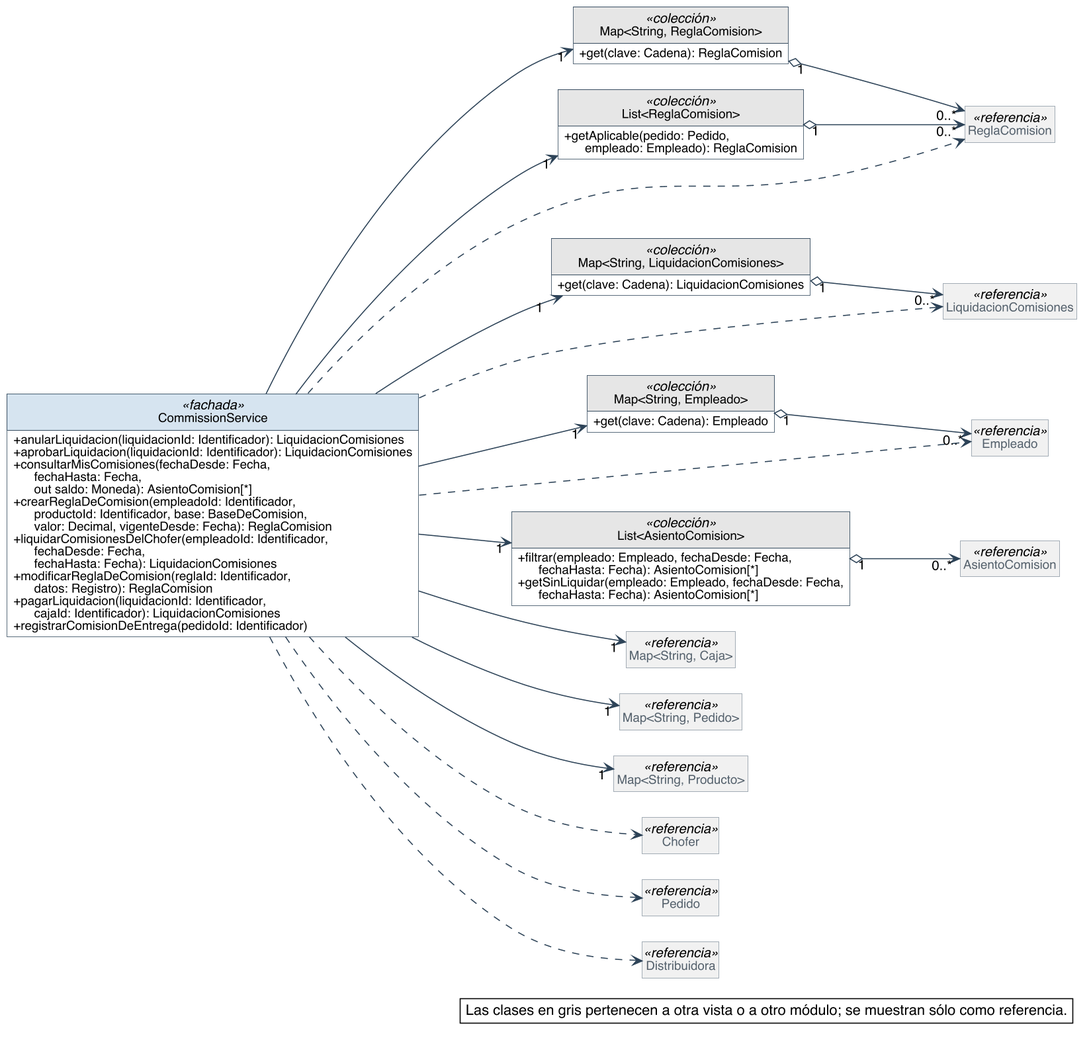
Earlier version of the PlantUML export diagramas/clases-diseno/DC_Mod_Comisiones.png (Nahuelito-Dev/splg-docs). Its diagram source:
```plantuml
@startuml
skinparam backgroundColor #FFFFFF
skinparam shadowing false
skinparam defaultFontName Helvetica
skinparam defaultFontSize 13
skinparam dpi 150
skinparam nodesep 40
skinparam ranksep 55
skinparam classAttributeIconSize 0
skinparam roundCorner 0
skinparam genericDisplay old
skinparam class {
  BorderColor #2C4257
  BackgroundColor #FFFFFF
  ArrowColor #2C4257
  FontSize 14
  AttributeFontSize 12
  HeaderBackgroundColor #E8EEF3
}
skinparam class<<referencia>> {
  BackgroundColor #F1F1F1
  BorderColor #8A97A3
  FontColor #55616C
}
skinparam class<<fachada>> {
  HeaderBackgroundColor #D6E4F0
}
skinparam class<<controlador>> {
  HeaderBackgroundColor #D6E4F0
}
skinparam class<<fabricación pura>> {
  HeaderBackgroundColor #F3E9CF
}
skinparam class<<colección>> {
  HeaderBackgroundColor #E6E6E6
}
skinparam class<<adaptador>> {
  HeaderBackgroundColor #DCEBDD
}
skinparam interface {
  BorderColor #2C4257
  BackgroundColor #FFFFFF
  HeaderBackgroundColor #DCEBDD
  FontSize 14
  AttributeFontSize 12
}
skinparam note {
  BackgroundColor #FFFFFF
  BorderColor #2C4257
}
skinparam packageStyle rectangle
skinparam package {
  BorderColor #8A97A3
  FontSize 13
  FontColor #55616C
}
hide circle
hide empty members

left to right direction
skinparam nodesep 25
skinparam ranksep 90
class CommissionService <<fachada>> {
  + anularLiquidacion(liquidacionId: Identificador): LiquidacionComisiones
  + aprobarLiquidacion(liquidacionId: Identificador): LiquidacionComisiones
  + consultarMisComisiones(fechaDesde: Fecha,\n      fechaHasta: Fecha,\n      out saldo: Moneda): AsientoComision[*]
  + crearReglaDeComision(empleadoId: Identificador,\n      productoId: Identificador, base: BaseDeComision,\n      valor: Decimal, vigenteDesde: Fecha): ReglaComision
  + liquidarComisionesDelChofer(empleadoId: Identificador,\n      fechaDesde: Fecha,\n      fechaHasta: Fecha): LiquidacionComisiones
  + modificarReglaDeComision(reglaId: Identificador,\n      datos: Registro): ReglaComision
  + pagarLiquidacion(liquidacionId: Identificador,\n      cajaId: Identificador): LiquidacionComisiones
  + registrarComisionDeEntrega(pedidoId: Identificador)
}
class "Map<String, ReglaComision>" as Map_String_ReglaComision <<colección>> {
  + get(clave: Cadena): ReglaComision
}
class "Map<String, LiquidacionComisiones>" as Map_String_LiquidacionComisiones <<colección>> {
  + get(clave: Cadena): LiquidacionComisiones
}
class "Map<String, Empleado>" as Map_String_Empleado <<colección>> {
  + get(clave: Cadena): Empleado
}
class "List<ReglaComision>" as List_ReglaComision <<colección>> {
  + getAplicable(pedido: Pedido,\n      empleado: Empleado): ReglaComision
}
class "List<AsientoComision>" as List_AsientoComision <<colección>> {
  + filtrar(empleado: Empleado, fechaDesde: Fecha,\n      fechaHasta: Fecha): AsientoComision[*]
  + getSinLiquidar(empleado: Empleado, fechaDesde: Fecha,\n      fechaHasta: Fecha): AsientoComision[*]
}
class Empleado <<referencia>>
class ReglaComision <<referencia>>
class LiquidacionComisiones <<referencia>>
class AsientoComision <<referencia>>
class "Map<String, Caja>" as Map_String_Caja <<referencia>>
class "Map<String, Pedido>" as Map_String_Pedido <<referencia>>
class "Map<String, Producto>" as Map_String_Producto <<referencia>>
class Chofer <<referencia>>
class Pedido <<referencia>>
class Distribuidora <<referencia>>

Map_String_Empleado "1" o--> "0..*" Empleado
Map_String_ReglaComision "1" o--> "0..*" ReglaComision
List_ReglaComision "1" o--> "0..*" ReglaComision
Map_String_LiquidacionComisiones "1" o--> "0..*" LiquidacionComisiones
List_AsientoComision "1" o--> "0..*" AsientoComision
CommissionService --> "1" List_AsientoComision
CommissionService --> "1" List_ReglaComision
CommissionService --> "1" Map_String_Caja
CommissionService --> "1" Map_String_Empleado
CommissionService --> "1" Map_String_LiquidacionComisiones
CommissionService --> "1" Map_String_Pedido
CommissionService --> "1" Map_String_Producto
CommissionService --> "1" Map_String_ReglaComision
CommissionService ..> Chofer
CommissionService ..> Distribuidora
CommissionService ..> Empleado
CommissionService ..> LiquidacionComisiones
CommissionService ..> Pedido
CommissionService ..> ReglaComision

legend bottom right
  Las clases en gris pertenecen a otra vista o a otro módulo; se muestran sólo como referencia.
endlegend
@enduml
```
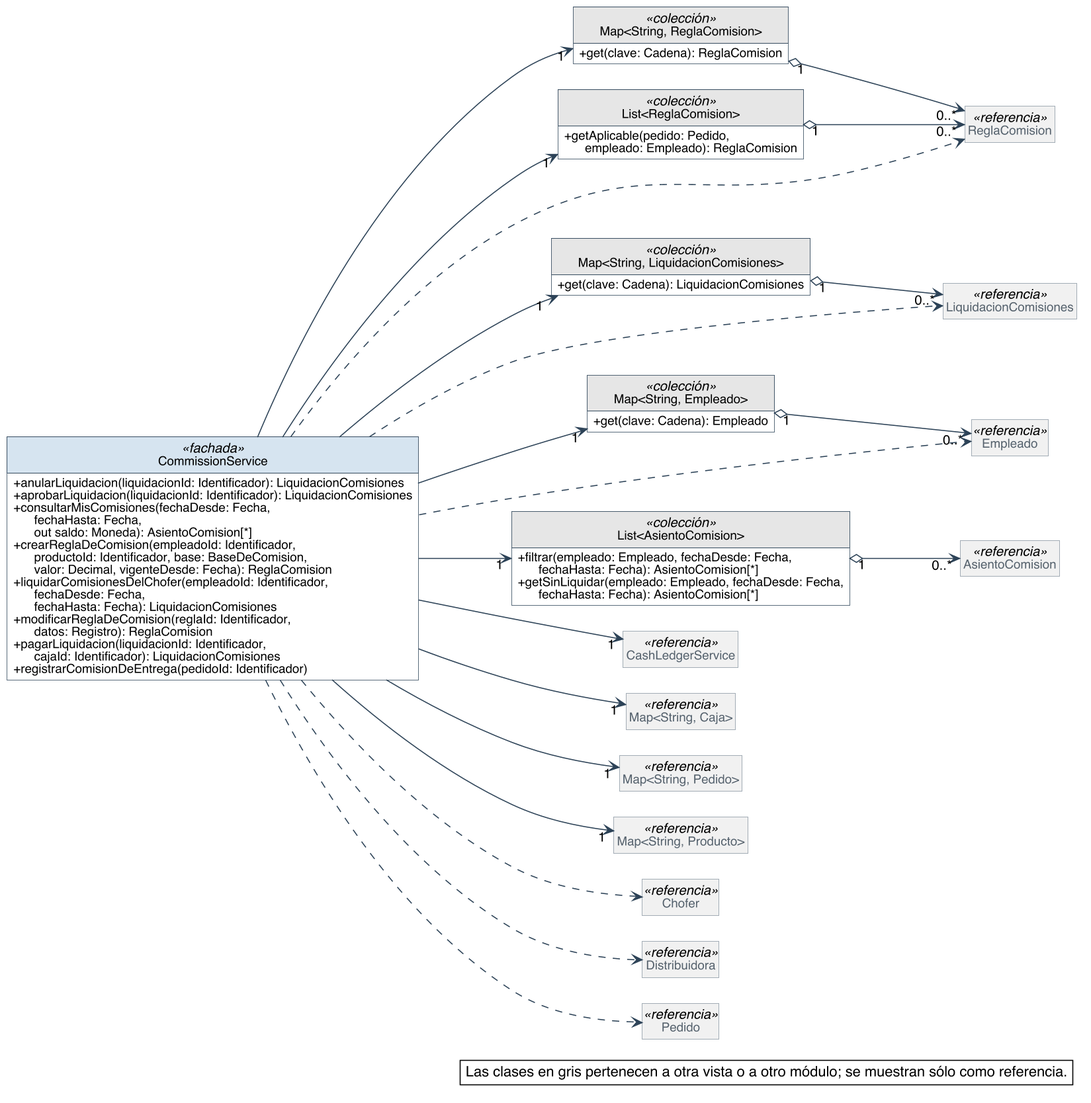
After the commit.

Change to the diagram source:
```diff
@@ -90,18 +90,20 @@
 class ReglaComision <<referencia>>
 class LiquidacionComisiones <<referencia>>
 class AsientoComision <<referencia>>
+class CashLedgerService <<referencia>>
 class "Map<String, Caja>" as Map_String_Caja <<referencia>>
 class "Map<String, Pedido>" as Map_String_Pedido <<referencia>>
 class "Map<String, Producto>" as Map_String_Producto <<referencia>>
 class Chofer <<referencia>>
+class Distribuidora <<referencia>>
 class Pedido <<referencia>>
-class Distribuidora <<referencia>>
 
 Map_String_Empleado "1" o--> "0..*" Empleado
 Map_String_ReglaComision "1" o--> "0..*" ReglaComision
 List_ReglaComision "1" o--> "0..*" ReglaComision
 Map_String_LiquidacionComisiones "1" o--> "0..*" LiquidacionComisiones
 List_AsientoComision "1" o--> "0..*" AsientoComision
+CommissionService --> "1" CashLedgerService
 CommissionService --> "1" List_AsientoComision
 CommissionService --> "1" List_ReglaComision
 CommissionService --> "1" Map_String_Caja
```
